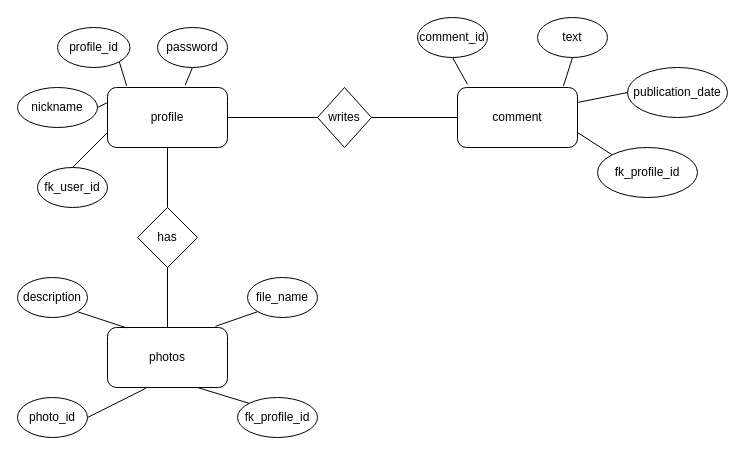
Before: page "ERM" (2 of 4) of social_network.drawio in e-karov/MySQL-v17.0, a draw.io diagram. Source tidied: cells renumbered, new cells numbered last; positions are measured from the earlier drawing's top-left corner, leaving out a move shared by most shapes. Both pictures are drawn from the tidied source at 100%, with x=0, y=0 at pixel (17, 17).
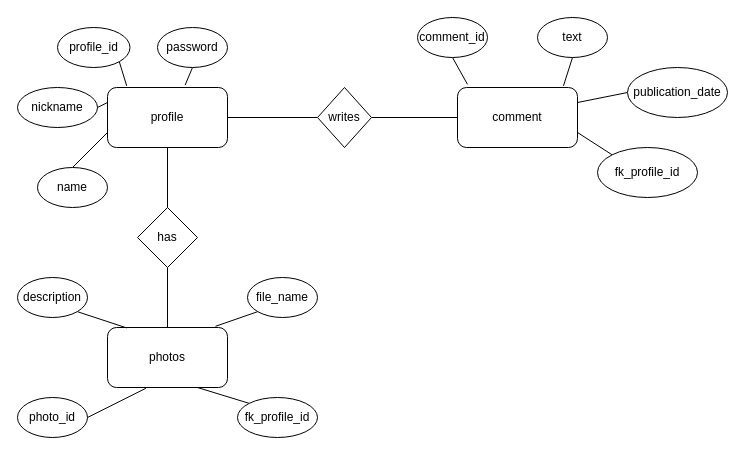
The same diagram, later.

Diff of the diagram source:
```diff
@@
-    <mxCell id="12" value="fk_user_id" style="ellipse;whiteSpace=wrap;html=1;" parent="1" vertex="1">
+    <mxCell id="12" value="name" style="ellipse;whiteSpace=wrap;html=1;" parent="1" vertex="1">
       <mxGeometry x="20" y="150" width="70" height="40" as="geometry" />
     </mxCell>
```
